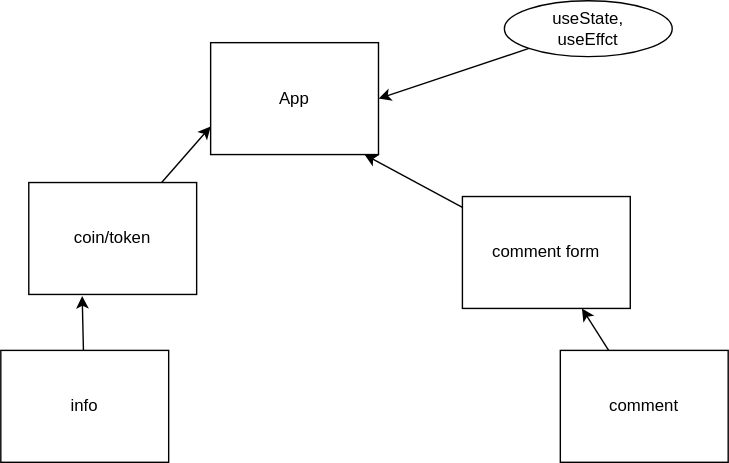
Before: app-tony-and-joey-phase-2/.drawio.svg, a diagram exported from draw.io (TonySwearingen/Tony-and-Joey-Phase-2). Source tidied: cells renumbered, new cells last; positions are measured from the earlier drawing's top-left corner, leaving out a move shared by most shapes.
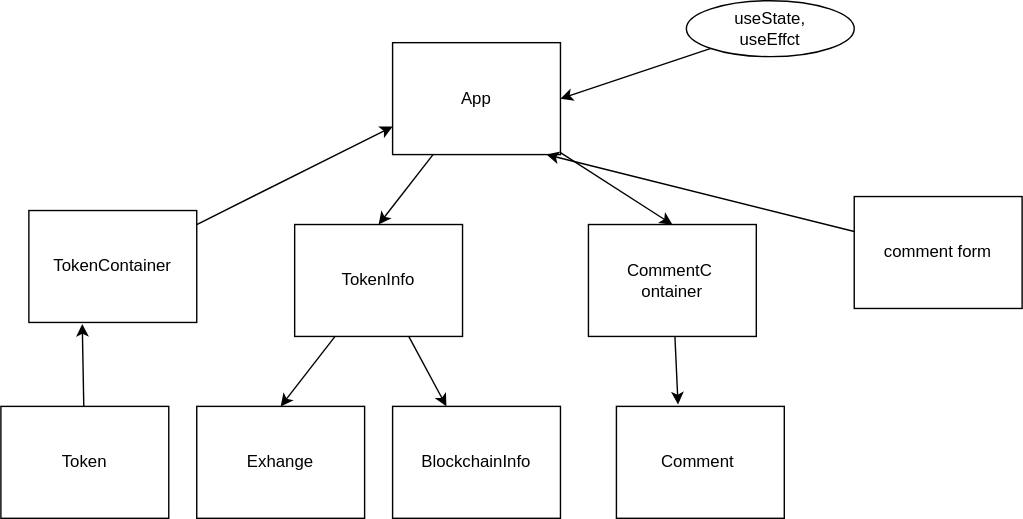
The same file after the commit.

Commit message:
updated component tree

Change to the diagram source:
```diff
@@ -2,20 +2,26 @@
   <root>
     <mxCell id="0" />
     <mxCell id="1" parent="0" />
+    <mxCell id="13" style="edgeStyle=none;html=1;entryX=0.5;entryY=0;entryDx=0;entryDy=0;" parent="1" edge="1" source="2" target="17">
+      <mxGeometry relative="1" as="geometry" />
+    </mxCell>
+    <mxCell id="14" style="edgeStyle=none;html=1;entryX=0.5;entryY=0;entryDx=0;entryDy=0;" parent="1" edge="1" source="2" target="21">
+      <mxGeometry relative="1" as="geometry" />
+    </mxCell>
     <mxCell id="2" value="App" style="rounded=0;whiteSpace=wrap;html=1;" parent="1" vertex="1">
       <mxGeometry x="150" y="30" width="120" height="80" as="geometry" />
     </mxCell>
     <mxCell id="3" style="edgeStyle=none;html=1;entryX=0.318;entryY=1.013;entryDx=0;entryDy=0;entryPerimeter=0;" parent="1" edge="1" source="4" target="6">
       <mxGeometry relative="1" as="geometry" />
     </mxCell>
-    <mxCell id="4" value="info" style="rounded=0;whiteSpace=wrap;html=1;" parent="1" vertex="1">
-      <mxGeometry y="250" width="120" height="80" as="geometry" />
+    <mxCell id="4" value="Token" style="rounded=0;whiteSpace=wrap;html=1;" parent="1" vertex="1">
+      <mxGeometry x="-130" y="290" width="120" height="80" as="geometry" />
     </mxCell>
     <mxCell id="5" style="edgeStyle=none;html=1;entryX=0;entryY=0.75;entryDx=0;entryDy=0;" parent="1" edge="1" source="6" target="2">
       <mxGeometry relative="1" as="geometry" />
     </mxCell>
-    <mxCell id="6" value="coin/token" style="rounded=0;whiteSpace=wrap;html=1;" parent="1" vertex="1">
-      <mxGeometry x="20" y="130" width="120" height="80" as="geometry" />
+    <mxCell id="6" value="TokenContainer" style="rounded=0;whiteSpace=wrap;html=1;" parent="1" vertex="1">
+      <mxGeometry x="-110" y="150" width="120" height="80" as="geometry" />
     </mxCell>
     <mxCell id="7" style="edgeStyle=none;html=1;" parent="1" edge="1" source="8" target="2">
       <mxGeometry relative="1" as="geometry">
@@ -25,19 +31,37 @@
       </mxGeometry>
     </mxCell>
     <mxCell id="8" value="comment form" style="rounded=0;whiteSpace=wrap;html=1;" parent="1" vertex="1">
-      <mxGeometry x="330" y="140" width="120" height="80" as="geometry" />
+      <mxGeometry x="480" y="140" width="120" height="80" as="geometry" />
     </mxCell>
-    <mxCell id="9" style="edgeStyle=none;html=1;" parent="1" edge="1" source="10" target="8">
-      <mxGeometry relative="1" as="geometry" />
-    </mxCell>
-    <mxCell id="10" value="comment" style="rounded=0;whiteSpace=wrap;html=1;" parent="1" vertex="1">
-      <mxGeometry x="400" y="250" width="120" height="80" as="geometry" />
-    </mxCell>
     <mxCell id="11" style="edgeStyle=none;html=1;entryX=1;entryY=0.5;entryDx=0;entryDy=0;" parent="1" edge="1" source="12" target="2">
       <mxGeometry relative="1" as="geometry" />
     </mxCell>
     <mxCell id="12" value="useState,&lt;br&gt;useEffct" style="ellipse;whiteSpace=wrap;html=1;" parent="1" vertex="1">
       <mxGeometry x="360" width="120" height="40" as="geometry" />
     </mxCell>
+    <mxCell id="15" style="edgeStyle=none;html=1;entryX=0.5;entryY=0;entryDx=0;entryDy=0;" parent="1" edge="1" source="17" target="18">
+      <mxGeometry relative="1" as="geometry" />
+    </mxCell>
+    <mxCell id="16" style="edgeStyle=none;html=1;" parent="1" edge="1" source="17" target="19">
+      <mxGeometry relative="1" as="geometry" />
+    </mxCell>
+    <mxCell id="17" value="TokenInfo" style="rounded=0;whiteSpace=wrap;html=1;" parent="1" vertex="1">
+      <mxGeometry x="80" y="160" width="120" height="80" as="geometry" />
+    </mxCell>
+    <mxCell id="18" value="Exhange" style="rounded=0;whiteSpace=wrap;html=1;" parent="1" vertex="1">
+      <mxGeometry x="10" y="290" width="120" height="80" as="geometry" />
+    </mxCell>
+    <mxCell id="19" value="BlockchainInfo" style="rounded=0;whiteSpace=wrap;html=1;" parent="1" vertex="1">
+      <mxGeometry x="150" y="290" width="120" height="80" as="geometry" />
+    </mxCell>
+    <mxCell id="20" style="edgeStyle=none;html=1;entryX=0.367;entryY=-0.017;entryDx=0;entryDy=0;entryPerimeter=0;" parent="1" edge="1" source="21" target="22">
+      <mxGeometry relative="1" as="geometry" />
+    </mxCell>
+    <mxCell id="21" value="CommentC&lt;span style=&quot;color: rgba(0 , 0 , 0 , 0) ; font-family: monospace ; font-size: 0px&quot;&gt;%3CmxGraphModel%3E%3Croot%3E%3CmxCell%20id%3D%220%22%2F%3E%3CmxCell%20id%3D%221%22%20parent%3D%220%22%2F%3E%3CmxCell%20id%3D%222%22%20style%3D%22edgeStyle%3Dnone%3Bhtml%3D1%3B%22%20edge%3D%221%22%20parent%3D%221%22%3E%3CmxGeometry%20relative%3D%221%22%20as%3D%22geometry%22%3E%3CmxPoint%20x%3D%22717.3333333333333%22%20y%3D%22300%22%20as%3D%22sourcePoint%22%2F%3E%3CmxPoint%20x%3D%22712.6666666666667%22%20y%3D%22230%22%20as%3D%22targetPoint%22%2F%3E%3C%2FmxGeometry%3E%3C%2FmxCell%3E%3C%2Froot%3E%3C%2FmxGraphModel%3E&lt;/span&gt;&lt;br&gt;ontainer" style="rounded=0;whiteSpace=wrap;html=1;" parent="1" vertex="1">
+      <mxGeometry x="290" y="160" width="120" height="80" as="geometry" />
+    </mxCell>
+    <mxCell id="22" value="Comment&lt;span style=&quot;color: rgba(0 , 0 , 0 , 0) ; font-family: monospace ; font-size: 0px&quot;&gt;%3CmxGraphModel%3E%3Croot%3E%3CmxCell%20id%3D%220%22%2F%3E%3CmxCell%20id%3D%221%22%20parent%3D%220%22%2F%3E%3CmxCell%20id%3D%222%22%20style%3D%22edgeStyle%3Dnone%3Bhtml%3D1%3B%22%20edge%3D%221%22%20parent%3D%221%22%3E%3CmxGeometry%20relative%3D%221%22%20as%3D%22geometry%22%3E%3CmxPoint%20x%3D%22717.3333333333333%22%20y%3D%22300%22%20as%3D%22sourcePoint%22%2F%3E%3CmxPoint%20x%3D%22712.6666666666667%22%20y%3D%22230%22%20as%3D%22targetPoint%22%2F%3E%3C%2FmxGeometry%3E%3C%2FmxCell%3E%3C%2Froot%3E%3C%2FmxGraphMod&lt;/span&gt;" style="rounded=0;whiteSpace=wrap;html=1;" parent="1" vertex="1">
+      <mxGeometry x="310" y="290" width="120" height="80" as="geometry" />
+    </mxCell>
   </root>
 </mxGraphModel>
```
